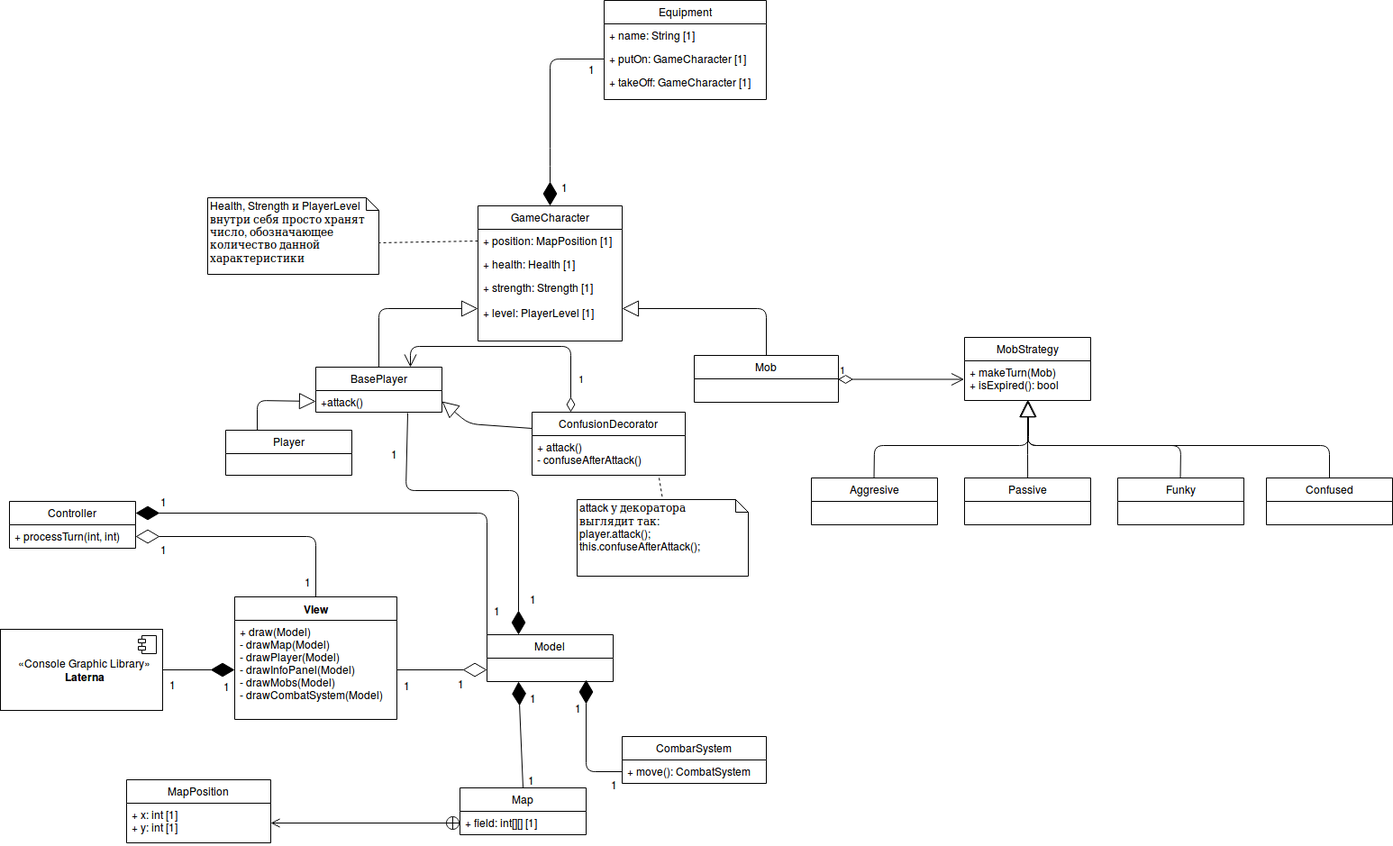
RamSaw/SoftwareDesign keeps this draw.io diagram as hw06/ClassDiagram.png. Above is the earlier version. Source tidied: cells renumbered, new cells last; positions are measured from the earlier drawing's top-left corner, leaving out a move shared by most shapes.
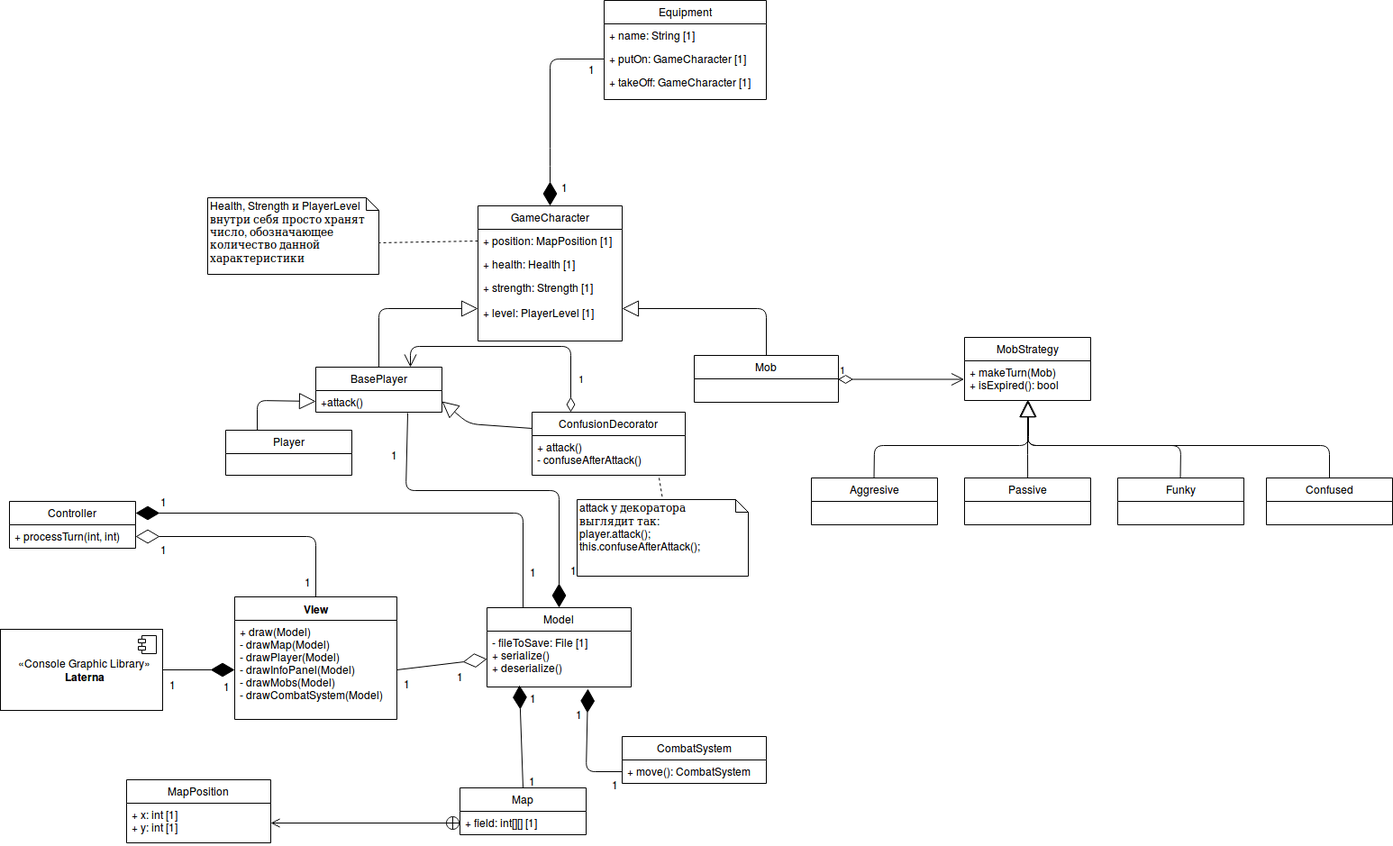
After the change.

The edit, as a diff of the source:
```diff
@@ -29,7 +29,7 @@
         <mxPoint x="-27" y="7" as="offset" />
       </mxGeometry>
     </mxCell>
-    <mxCell id="9" style="endArrow=diamondThin;endFill=0;endSize=24;html=1;exitX=1;exitY=0.5;exitDx=0;exitDy=0;entryX=0;entryY=0.75;entryDx=0;entryDy=0;" parent="1" edge="1" source="3" target="12">
+    <mxCell id="9" style="endArrow=diamondThin;endFill=0;endSize=24;html=1;exitX=1;exitY=0.5;exitDx=0;exitDy=0;entryX=0;entryY=0.5;entryDx=0;entryDy=0;" parent="1" edge="1" source="3" target="74">
       <mxGeometry relative="1" as="geometry" />
     </mxCell>
     <mxCell id="10" value="1" style="text;html=1;align=center;verticalAlign=middle;labelBackgroundColor=#ffffff;" parent="9" vertex="1">
@@ -42,14 +42,11 @@
         <mxPoint x="3" y="14.5" as="offset" />
       </mxGeometry>
     </mxCell>
-    <mxCell id="12" value="Model" style="swimlane;fontStyle=0;horizontal=1;startSize=26;fillColor=none;" parent="1" vertex="1">
-      <mxGeometry x="540" y="704" width="140" height="52" as="geometry" />
-    </mxCell>
-    <mxCell id="13" style="endArrow=diamondThin;endFill=1;endSize=24;html=1;entryX=0.25;entryY=0;entryDx=0;entryDy=0;exitX=0.729;exitY=1.023;exitDx=0;exitDy=0;exitPerimeter=0;" parent="1" edge="1" source="67" target="12">
+    <mxCell id="13" style="endArrow=diamondThin;endFill=1;endSize=24;html=1;entryX=0.5;entryY=0;entryDx=0;entryDy=0;exitX=0.729;exitY=1.023;exitDx=0;exitDy=0;exitPerimeter=0;" parent="1" edge="1" source="67" target="12">
       <mxGeometry relative="1" as="geometry">
         <Array as="points">
           <mxPoint x="450" y="544" />
-          <mxPoint x="575" y="544" />
+          <mxPoint x="620" y="544" />
         </Array>
       </mxGeometry>
     </mxCell>
@@ -98,7 +95,7 @@
     <mxCell id="24" value="+ field: int[][] [1]" style="text;strokeColor=none;fillColor=none;align=left;verticalAlign=top;spacingLeft=4;spacingRight=4;overflow=hidden;points=[[0,0.5],[1,0.5]];portConstraint=eastwest;" parent="23" vertex="1">
       <mxGeometry y="26" width="140" height="26" as="geometry" />
     </mxCell>
-    <mxCell id="25" style="endArrow=diamondThin;endFill=1;endSize=24;html=1;exitX=0.5;exitY=0;exitDx=0;exitDy=0;entryX=0.25;entryY=1;entryDx=0;entryDy=0;" parent="1" edge="1" source="23" target="12">
+    <mxCell id="25" style="endArrow=diamondThin;endFill=1;endSize=24;html=1;exitX=0.5;exitY=0;exitDx=0;exitDy=0;entryX=0.225;entryY=0.962;entryDx=0;entryDy=0;entryPerimeter=0;" parent="1" edge="1" source="23" target="74">
       <mxGeometry relative="1" as="geometry" />
     </mxCell>
     <mxCell id="26" value="1" style="text;html=1;align=center;verticalAlign=middle;labelBackgroundColor=#ffffff;" parent="25" vertex="1">
@@ -156,15 +153,14 @@
     <mxCell id="39" style="endArrow=none;dashed=1;html=1;entryX=0;entryY=0;entryDx=190;entryDy=49.5;entryPerimeter=0;exitX=0;exitY=0.5;exitDx=0;exitDy=0;" parent="1" edge="1" source="17" target="38">
       <mxGeometry relative="1" as="geometry" />
     </mxCell>
-    <mxCell id="40" value="CombarSystem" style="swimlane;fontStyle=0;horizontal=1;startSize=26;fillColor=none;" parent="1" vertex="1">
+    <mxCell id="40" value="CombatSystem" style="swimlane;fontStyle=0;horizontal=1;startSize=26;fillColor=none;" parent="1" vertex="1">
       <mxGeometry x="690" y="817" width="160" height="52" as="geometry" />
     </mxCell>
     <mxCell id="41" value="+ move(): CombatSystem" style="text;strokeColor=none;fillColor=none;align=left;verticalAlign=top;spacingLeft=4;spacingRight=4;overflow=hidden;points=[[0,0.5],[1,0.5]];portConstraint=eastwest;" parent="40" vertex="1">
       <mxGeometry y="26" width="160" height="26" as="geometry" />
     </mxCell>
-    <mxCell id="42" style="endArrow=diamondThin;endFill=1;endSize=24;html=1;exitX=0;exitY=0.5;exitDx=0;exitDy=0;" parent="1" edge="1" source="41">
+    <mxCell id="42" style="endArrow=diamondThin;endFill=1;endSize=24;html=1;exitX=0;exitY=0.5;exitDx=0;exitDy=0;entryX=0.7;entryY=1.038;entryDx=0;entryDy=0;entryPerimeter=0;" parent="1" edge="1" source="41" target="74">
       <mxGeometry relative="1" as="geometry">
-        <mxPoint x="650" y="754" as="targetPoint" />
         <Array as="points">
           <mxPoint x="650" y="856" />
         </Array>
@@ -180,10 +176,10 @@
         <mxPoint x="-10" y="-7" as="offset" />
       </mxGeometry>
     </mxCell>
-    <mxCell id="45" style="endArrow=diamondThin;endFill=1;endSize=24;html=1;exitX=0;exitY=0.25;exitDx=0;exitDy=0;entryX=1;entryY=0.25;entryDx=0;entryDy=0;" parent="1" edge="1" source="12" target="48">
+    <mxCell id="45" style="endArrow=diamondThin;endFill=1;endSize=24;html=1;exitX=0.25;exitY=0;exitDx=0;exitDy=0;entryX=1;entryY=0.25;entryDx=0;entryDy=0;" parent="1" edge="1" source="12" target="48">
       <mxGeometry relative="1" as="geometry">
         <Array as="points">
-          <mxPoint x="540" y="569" />
+          <mxPoint x="580" y="569" />
         </Array>
       </mxGeometry>
     </mxCell>
@@ -325,5 +321,11 @@
         </Array>
       </mxGeometry>
     </mxCell>
+    <mxCell id="12" value="Model" style="swimlane;fontStyle=0;horizontal=1;startSize=26;fillColor=none;" parent="1" vertex="1">
+      <mxGeometry x="540" y="674" width="160" height="88" as="geometry" />
+    </mxCell>
+    <mxCell id="74" value="- fileToSave: File [1]&#10;+ serialize()&#10;+ deserialize()&#10;" style="text;strokeColor=none;fillColor=none;align=left;verticalAlign=top;spacingLeft=4;spacingRight=4;overflow=hidden;points=[[0,0.5],[1,0.5]];portConstraint=eastwest;" parent="12" vertex="1">
+      <mxGeometry y="26" width="160" height="62" as="geometry" />
+    </mxCell>
   </root>
 </mxGraphModel>
```
